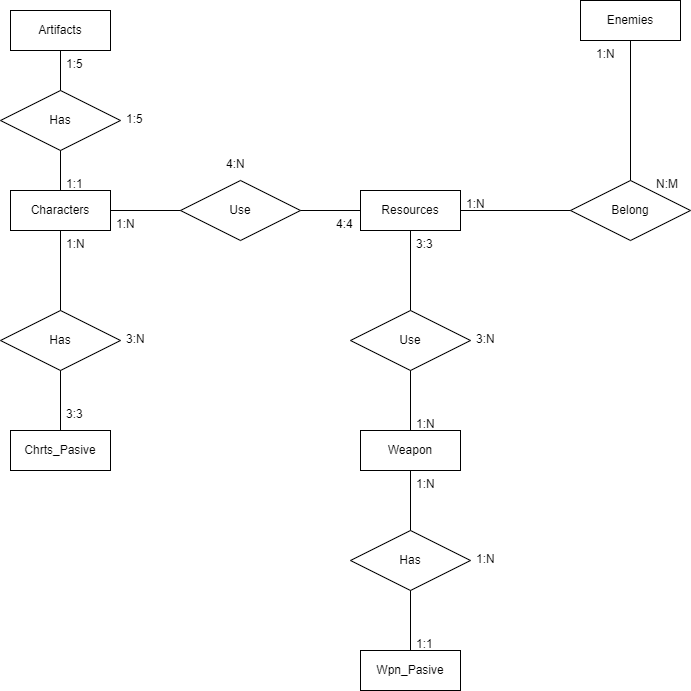
Above: Imgs/Diagram Entity-Relation.png in TomNARiz/proyecto-ets-daw (draw.io), before the change. Source tidied: cells renumbered, new cells last; positions are measured from the earlier drawing's top-left corner, leaving out a move shared by most shapes.
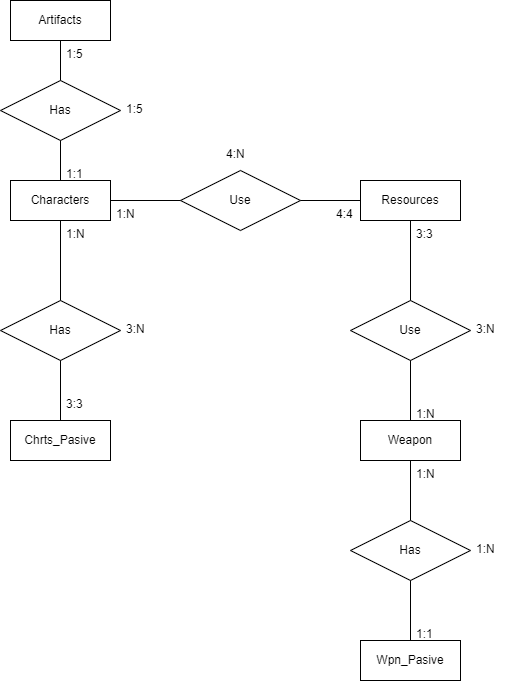
The same diagram one commit later.

Change to the diagram source:
```diff
@@ -14,15 +14,9 @@
     <mxCell id="5" value="Artifacts" style="whiteSpace=wrap;html=1;align=center;" parent="1" vertex="1">
       <mxGeometry x="10" y="10" width="100" height="40" as="geometry" />
     </mxCell>
-    <mxCell id="6" value="Enemies" style="whiteSpace=wrap;html=1;align=center;" parent="1" vertex="1">
-      <mxGeometry x="580" width="100" height="40" as="geometry" />
-    </mxCell>
     <mxCell id="7" value="Chrts_Pasive" style="whiteSpace=wrap;html=1;align=center;" parent="1" vertex="1">
       <mxGeometry x="10" y="430" width="100" height="40" as="geometry" />
     </mxCell>
-    <mxCell id="8" value="Belong" style="shape=rhombus;perimeter=rhombusPerimeter;whiteSpace=wrap;html=1;align=center;" parent="1" vertex="1">
-      <mxGeometry x="570" y="180" width="120" height="60" as="geometry" />
-    </mxCell>
     <mxCell id="9" value="Has" style="shape=rhombus;perimeter=rhombusPerimeter;whiteSpace=wrap;html=1;align=center;" parent="1" vertex="1">
       <mxGeometry y="90" width="120" height="60" as="geometry" />
     </mxCell>
@@ -59,12 +53,6 @@
     <mxCell id="20" style="endArrow=none;html=1;rounded=0;entryX=1;entryY=0.5;entryDx=0;entryDy=0;exitX=0;exitY=0.5;exitDx=0;exitDy=0;" parent="1" edge="1" source="3" target="10">
       <mxGeometry relative="1" as="geometry" />
     </mxCell>
-    <mxCell id="21" style="endArrow=none;html=1;rounded=0;entryX=0;entryY=0.5;entryDx=0;entryDy=0;exitX=1;exitY=0.5;exitDx=0;exitDy=0;" parent="1" edge="1" source="3" target="8">
-      <mxGeometry relative="1" as="geometry" />
-    </mxCell>
-    <mxCell id="22" style="endArrow=none;html=1;rounded=0;entryX=0.5;entryY=0;entryDx=0;entryDy=0;exitX=0.5;exitY=1;exitDx=0;exitDy=0;" parent="1" edge="1" source="6" target="8">
-      <mxGeometry relative="1" as="geometry" />
-    </mxCell>
     <mxCell id="23" value="Wpn_Pasive" style="whiteSpace=wrap;html=1;align=center;" parent="1" vertex="1">
       <mxGeometry x="360" y="650" width="100" height="40" as="geometry" />
     </mxCell>
@@ -77,9 +65,6 @@
     <mxCell id="26" style="endArrow=none;html=1;rounded=0;exitX=0.5;exitY=1;exitDx=0;exitDy=0;entryX=0.5;entryY=0;entryDx=0;entryDy=0;" parent="1" edge="1" source="24" target="23">
       <mxGeometry relative="1" as="geometry" />
     </mxCell>
-    <mxCell id="27" value="1:N" style="text;strokeColor=none;fillColor=none;spacingLeft=4;spacingRight=4;overflow=hidden;fontSize=12;" parent="1" vertex="1">
-      <mxGeometry x="460" y="190" width="40" height="30" as="geometry" />
-    </mxCell>
     <mxCell id="28" value="1:N" style="text;strokeColor=none;fillColor=none;spacingLeft=4;spacingRight=4;overflow=hidden;fontSize=12;" parent="1" vertex="1">
       <mxGeometry x="410" y="470" width="40" height="30" as="geometry" />
     </mxCell>
@@ -104,9 +89,6 @@
     <mxCell id="35" value="1:1" style="text;strokeColor=none;fillColor=none;spacingLeft=4;spacingRight=4;overflow=hidden;fontSize=12;" parent="1" vertex="1">
       <mxGeometry x="410" y="630" width="40" height="30" as="geometry" />
     </mxCell>
-    <mxCell id="36" value="1:N" style="text;strokeColor=none;fillColor=none;spacingLeft=4;spacingRight=4;overflow=hidden;fontSize=12;" parent="1" vertex="1">
-      <mxGeometry x="590" y="40" width="40" height="30" as="geometry" />
-    </mxCell>
     <mxCell id="37" value="3:N" style="text;strokeColor=none;fillColor=none;spacingLeft=4;spacingRight=4;overflow=hidden;fontSize=12;" parent="1" vertex="1">
       <mxGeometry x="470" y="325" width="40" height="30" as="geometry" />
     </mxCell>
@@ -116,9 +98,6 @@
     <mxCell id="39" value="3:N" style="text;strokeColor=none;fillColor=none;spacingLeft=4;spacingRight=4;overflow=hidden;fontSize=12;" parent="1" vertex="1">
       <mxGeometry x="120" y="325" width="40" height="30" as="geometry" />
     </mxCell>
-    <mxCell id="40" value="N:M" style="text;strokeColor=none;fillColor=none;spacingLeft=4;spacingRight=4;overflow=hidden;fontSize=12;" parent="1" vertex="1">
-      <mxGeometry x="650" y="170" width="40" height="30" as="geometry" />
-    </mxCell>
     <mxCell id="41" value="1:N" style="text;strokeColor=none;fillColor=none;spacingLeft=4;spacingRight=4;overflow=hidden;fontSize=12;" parent="1" vertex="1">
       <mxGeometry x="470" y="545" width="40" height="30" as="geometry" />
     </mxCell>
```
